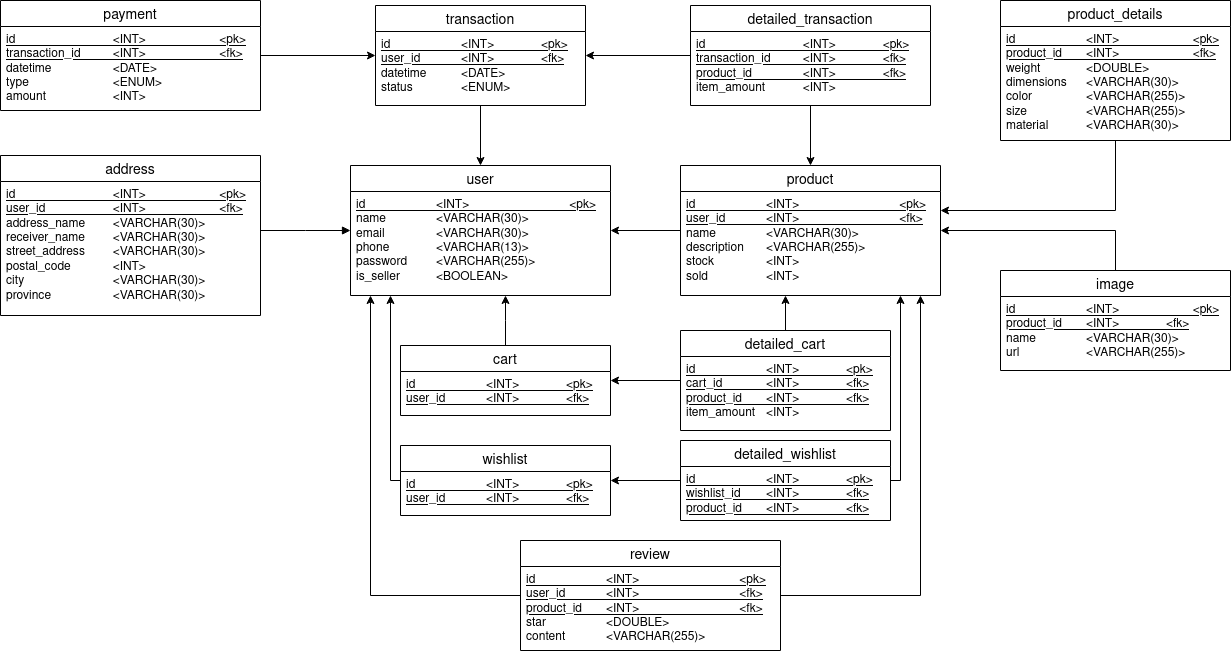
This is img/NusantaraStore051_PDM.drawio.png from borednuna/NusantaraStore051_BE, a draw.io export, as it was before one commit. Source tidied: cells renumbered, new cells last; positions are measured from the earlier drawing's top-left corner, leaving out a move shared by most shapes.
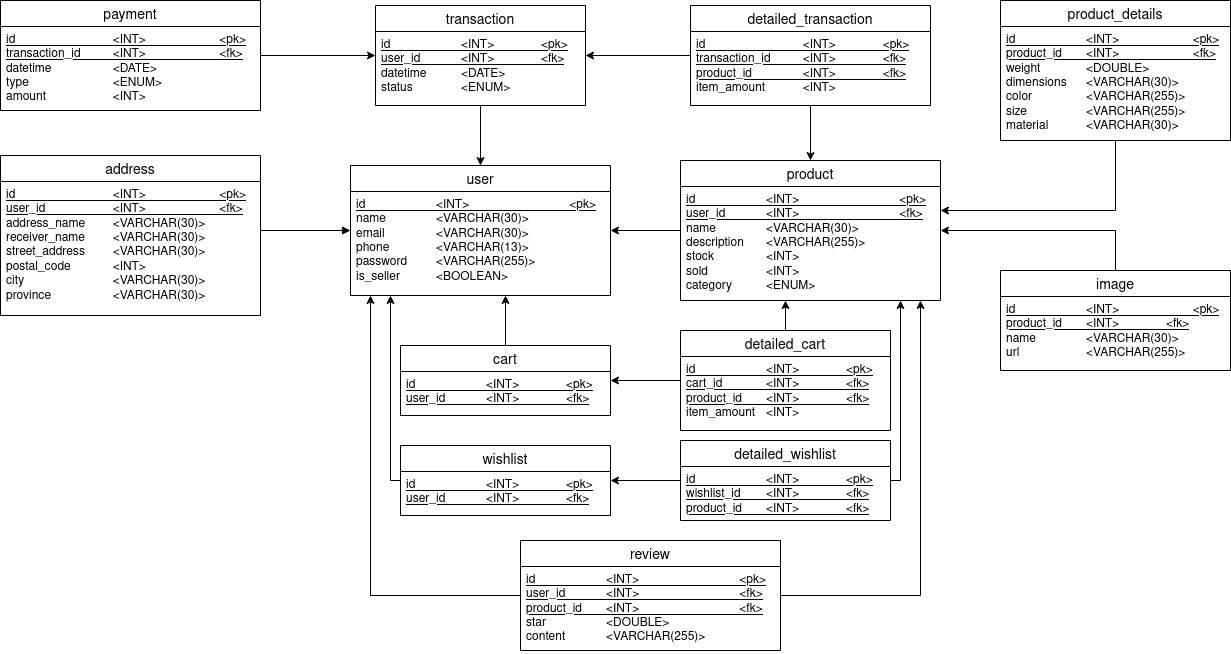
The same diagram one commit later.

Diff of the diagram source:
```diff
@@ -36,10 +36,10 @@
       <mxGeometry relative="1" as="geometry" />
     </mxCell>
     <mxCell id="13" value="product" style="swimlane;fontStyle=0;horizontal=1;startSize=26;align=center;fontSize=14;" parent="1" vertex="1">
-      <mxGeometry x="680" y="165" width="260" height="130" as="geometry" />
+      <mxGeometry x="680" y="160" width="260" height="140" as="geometry" />
     </mxCell>
-    <mxCell id="14" value="&lt;div&gt;&lt;u&gt;id&lt;span style=&quot;white-space: pre;&quot;&gt;&#9;&lt;/span&gt;&lt;span style=&quot;white-space: pre;&quot;&gt;&#9;&lt;/span&gt;&lt;span style=&quot;white-space: pre;&quot;&gt;&#9;&lt;/span&gt;&amp;lt;INT&amp;gt;&lt;span style=&quot;white-space: pre;&quot;&gt;&#9;&lt;/span&gt;&lt;span style=&quot;white-space: pre;&quot;&gt;&#9;&lt;/span&gt;&lt;span style=&quot;white-space: pre;&quot;&gt;&#9;&lt;/span&gt;&lt;span style=&quot;white-space: pre;&quot;&gt;&#9;&lt;/span&gt;&amp;lt;pk&amp;gt;&lt;/u&gt;&lt;/div&gt;&lt;div&gt;&lt;u&gt;user_id&lt;span style=&quot;white-space: pre;&quot;&gt;&#9;&lt;span style=&quot;white-space: pre;&quot;&gt;&#9;&lt;/span&gt;&amp;lt;INT&amp;gt;&lt;span style=&quot;white-space: pre;&quot;&gt;&#9;&lt;/span&gt;&lt;span style=&quot;white-space: pre;&quot;&gt;&#9;&lt;/span&gt;&lt;span style=&quot;white-space: pre;&quot;&gt;&#9;&lt;/span&gt;&lt;span style=&quot;white-space: pre;&quot;&gt;&#9;&lt;/span&gt;&amp;lt;fk&amp;gt;&lt;/span&gt;&lt;/u&gt;&lt;/div&gt;&lt;div&gt;name&lt;span style=&quot;white-space: pre;&quot;&gt;&#9;&lt;/span&gt;&lt;span style=&quot;white-space: pre;&quot;&gt;&#9;&lt;/span&gt;&amp;lt;VARCHAR(30)&amp;gt;&lt;/div&gt;&lt;div&gt;description&lt;span style=&quot;white-space: pre;&quot;&gt;&#9;&lt;/span&gt;&amp;lt;VARCHAR(255)&amp;gt;&lt;/div&gt;&lt;div&gt;stock&lt;span style=&quot;white-space: pre;&quot;&gt;&#9;&lt;/span&gt;&lt;span style=&quot;white-space: pre;&quot;&gt;&#9;&lt;/span&gt;&amp;lt;INT&amp;gt;&lt;/div&gt;&lt;div&gt;sold&lt;span style=&quot;white-space: pre;&quot;&gt;&#9;&lt;/span&gt;&lt;span style=&quot;white-space: pre;&quot;&gt;&#9;&lt;/span&gt;&lt;span style=&quot;white-space: pre;&quot;&gt;&#9;&lt;/span&gt;&amp;lt;INT&amp;gt;&lt;br&gt;&lt;/div&gt;" style="text;strokeColor=none;fillColor=none;spacingLeft=4;spacingRight=4;overflow=hidden;fontSize=12;whiteSpace=wrap;html=1;" parent="13" vertex="1">
-      <mxGeometry y="26" width="260" height="104" as="geometry" />
+    <mxCell id="14" value="&lt;div&gt;&lt;u&gt;id&lt;span style=&quot;white-space: pre;&quot;&gt;&#9;&lt;/span&gt;&lt;span style=&quot;white-space: pre;&quot;&gt;&#9;&lt;/span&gt;&lt;span style=&quot;white-space: pre;&quot;&gt;&#9;&lt;/span&gt;&amp;lt;INT&amp;gt;&lt;span style=&quot;white-space: pre;&quot;&gt;&#9;&lt;/span&gt;&lt;span style=&quot;white-space: pre;&quot;&gt;&#9;&lt;/span&gt;&lt;span style=&quot;white-space: pre;&quot;&gt;&#9;&lt;/span&gt;&lt;span style=&quot;white-space: pre;&quot;&gt;&#9;&lt;/span&gt;&amp;lt;pk&amp;gt;&lt;/u&gt;&lt;/div&gt;&lt;div&gt;&lt;u&gt;user_id&lt;span style=&quot;white-space: pre;&quot;&gt;&#9;&lt;span style=&quot;white-space: pre;&quot;&gt;&#9;&lt;/span&gt;&amp;lt;INT&amp;gt;&lt;span style=&quot;white-space: pre;&quot;&gt;&#9;&lt;/span&gt;&lt;span style=&quot;white-space: pre;&quot;&gt;&#9;&lt;/span&gt;&lt;span style=&quot;white-space: pre;&quot;&gt;&#9;&lt;/span&gt;&lt;span style=&quot;white-space: pre;&quot;&gt;&#9;&lt;/span&gt;&amp;lt;fk&amp;gt;&lt;/span&gt;&lt;/u&gt;&lt;/div&gt;&lt;div&gt;name&lt;span style=&quot;white-space: pre;&quot;&gt;&#9;&lt;/span&gt;&lt;span style=&quot;white-space: pre;&quot;&gt;&#9;&lt;/span&gt;&amp;lt;VARCHAR(30)&amp;gt;&lt;/div&gt;&lt;div&gt;description&lt;span style=&quot;white-space: pre;&quot;&gt;&#9;&lt;/span&gt;&amp;lt;VARCHAR(255)&amp;gt;&lt;/div&gt;&lt;div&gt;stock&lt;span style=&quot;white-space: pre;&quot;&gt;&#9;&lt;/span&gt;&lt;span style=&quot;white-space: pre;&quot;&gt;&#9;&lt;/span&gt;&amp;lt;INT&amp;gt;&lt;/div&gt;&lt;div&gt;sold&lt;span style=&quot;white-space: pre;&quot;&gt;&#9;&lt;/span&gt;&lt;span style=&quot;white-space: pre;&quot;&gt;&#9;&lt;/span&gt;&lt;span style=&quot;white-space: pre;&quot;&gt;&#9;&lt;/span&gt;&amp;lt;INT&amp;gt;&lt;/div&gt;&lt;div&gt;category&lt;span style=&quot;white-space: pre;&quot;&gt;&#9;&lt;/span&gt;&lt;span style=&quot;white-space: pre;&quot;&gt;&#9;&lt;/span&gt;&amp;lt;ENUM&amp;gt;&lt;br&gt;&lt;/div&gt;" style="text;strokeColor=none;fillColor=none;spacingLeft=4;spacingRight=4;overflow=hidden;fontSize=12;whiteSpace=wrap;html=1;" parent="13" vertex="1">
+      <mxGeometry y="26" width="260" height="114" as="geometry" />
     </mxCell>
     <mxCell id="15" value="detailed_transaction" style="swimlane;fontStyle=0;horizontal=1;startSize=26;align=center;fontSize=14;" parent="1" vertex="1">
       <mxGeometry x="690" y="5" width="240" height="100" as="geometry" />
```
